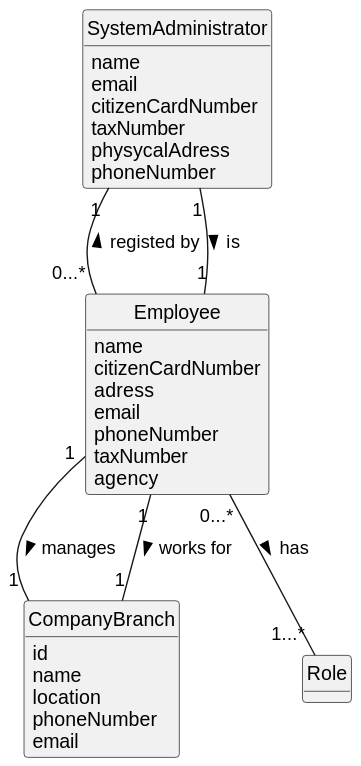
Earlier version of the PlantUML export docs/sprintA/us003/02.analysis/svg/us003-domain-model.svg (1220812/LAPR2). The source it was exported from:
```plantuml
@startuml
skinparam monochrome true
skinparam packageStyle rectangle
skinparam shadowing false
skinparam classAttributeIconSize 0
hide circle
hide methods


class SystemAdministrator{
  name
  email
  citizenCardNumber
  taxNumber
  physycalAdress
  phoneNumber
}


class Employee {
    name
    citizenCardNumber
    adress
    email
    phoneNumber
    taxNumber
    agency
}

class CompanyBranch{
id
name
location
phoneNumber
email
}

class Role{
}

SystemAdministrator "1"--"0...*" Employee: registed by <
SystemAdministrator "1"--"1" Employee: is >
Employee "1"--"1" CompanyBranch: manages >
Employee "1"--"1" CompanyBranch: works for >
Employee "0...*"--"1...*" Role: has >
@enduml
```
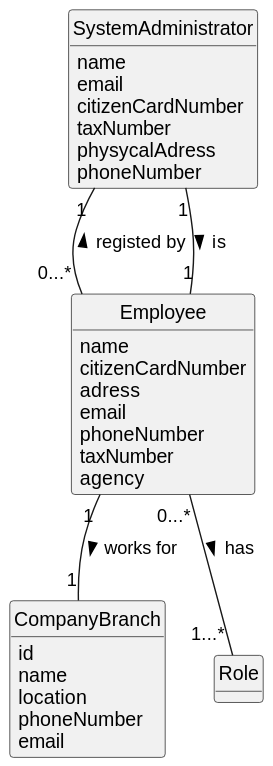
After the commit.

Commit message:
us003 correct and project domain model without us004

Diff of the diagram source:
```diff
@@ -40,7 +40,6 @@
 
 SystemAdministrator "1"--"0...*" Employee: registed by <
 SystemAdministrator "1"--"1" Employee: is >
-Employee "1"--"1" CompanyBranch: manages >
 Employee "1"--"1" CompanyBranch: works for >
 Employee "0...*"--"1...*" Role: has >
 @enduml
```
